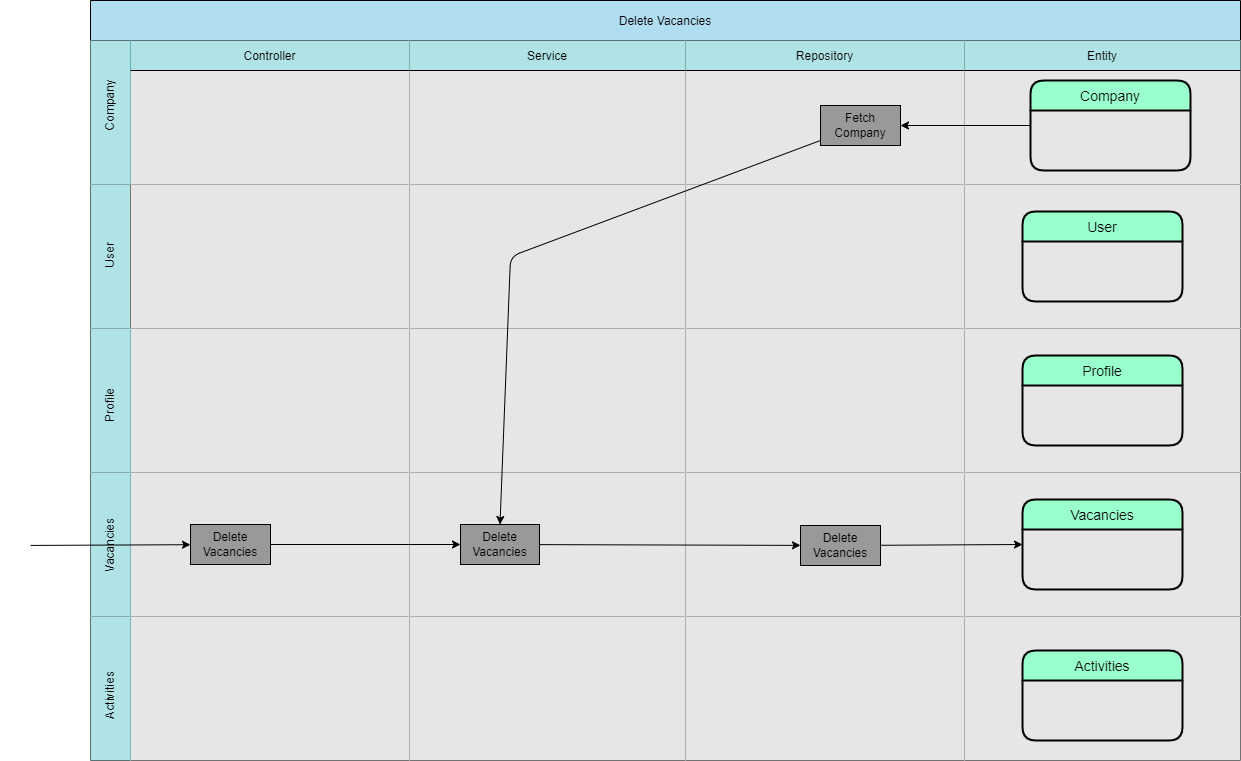
This is documents/asd/VAC-ASD-Delete-Vacancies-AS-v1.png from AaronSaya/educom-symfony-1690191754, a draw.io export, as it was before one commit. Source tidied: cells renumbered, new cells last; positions are measured from the earlier drawing's top-left corner, leaving out a move shared by most shapes.
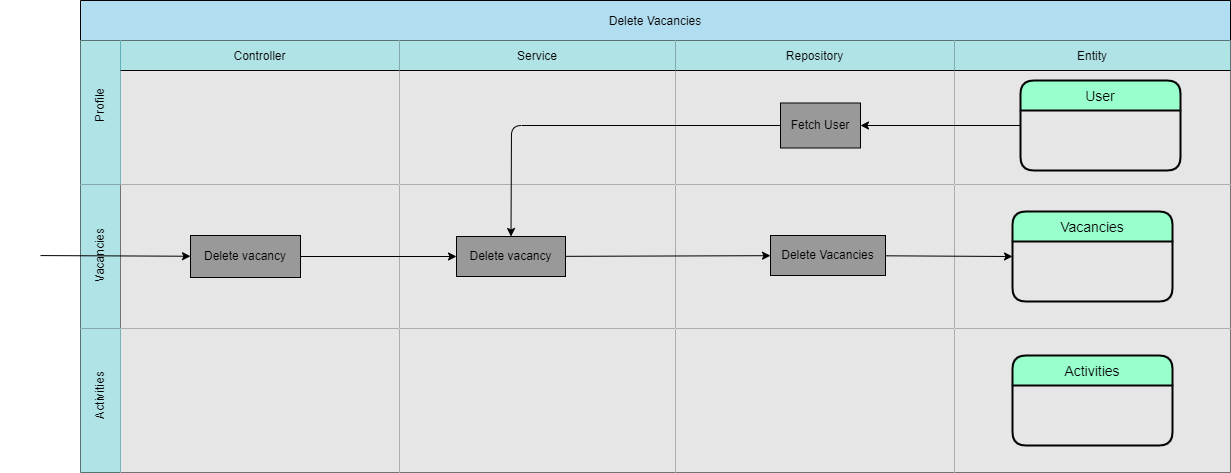
After the change.

What changed in the source:
```diff
@@ -2,8 +2,8 @@
   <root>
     <mxCell id="0" />
     <mxCell id="1" parent="0" />
-    <mxCell id="2" value="Delete Vacancies" style="shape=table;startSize=40;fillColor=#b1ddf0;strokeColor=#000000;fontColor=#000000;" parent="1" vertex="1">
-      <mxGeometry x="90" width="1150" height="760" as="geometry" />
+    <mxCell id="2" value="Delete Vacancies" style="shape=table;startSize=40;fillColor=#b1ddf0;strokeColor=#000000;fontColor=#000000;" parent="1" vertex="1">
+      <mxGeometry x="90" width="1150" height="472" as="geometry" />
     </mxCell>
     <mxCell id="3" style="shape=tableRow;horizontal=0;swimlaneHead=0;swimlaneBody=0;top=0;left=0;bottom=0;right=0;fontStyle=0;fillColor=#b0e3e6;startSize=40;strokeColor=#0e8088;fontColor=#000000;" parent="2" vertex="1">
       <mxGeometry y="40" width="1150" height="144" as="geometry" />
@@ -17,13 +17,13 @@
     <mxCell id="6" value="Repository" style="swimlane;swimlaneHead=0;swimlaneBody=0;fontStyle=0;fillColor=#b0e3e6;startSize=30;strokeColor=#000000;fontColor=#000000;swimlaneFillColor=#E6E6E6;" parent="3" vertex="1">
       <mxGeometry x="595" width="279" height="144" as="geometry" />
     </mxCell>
-    <mxCell id="7" value="Fetch Company" style="whiteSpace=wrap;html=1;fillColor=#999999;fontColor=#000000;" parent="6" vertex="1">
-      <mxGeometry x="135" y="65" width="80" height="40" as="geometry" />
+    <mxCell id="7" value="Fetch User" style="whiteSpace=wrap;html=1;fillColor=#999999;fontColor=#000000;" parent="6" vertex="1">
+      <mxGeometry x="105" y="62.5" width="80" height="45" as="geometry" />
     </mxCell>
     <mxCell id="8" value="Entity" style="swimlane;swimlaneHead=0;swimlaneBody=0;fontStyle=0;fillColor=#b0e3e6;startSize=30;strokeColor=#000000;fontColor=#000000;swimlaneFillColor=#E6E6E6;" parent="3" vertex="1">
       <mxGeometry x="874" width="276" height="144" as="geometry" />
     </mxCell>
-    <mxCell id="9" value="Company" style="swimlane;horizontal=1;startSize=30;rounded=1;fontSize=14;fontStyle=0;strokeWidth=2;shadow=0;dashed=0;align=center;fillColor=#99FFCC;strokeColor=#000000;fontColor=#000000;" parent="8" vertex="1">
+    <mxCell id="9" value="User" style="swimlane;horizontal=1;startSize=30;rounded=1;fontSize=14;fontStyle=0;strokeWidth=2;shadow=0;dashed=0;align=center;fillColor=#99FFCC;strokeColor=#000000;fontColor=#000000;" parent="8" vertex="1">
       <mxGeometry x="66" y="40" width="160" height="90" as="geometry" />
     </mxCell>
     <mxCell id="10" style="edgeStyle=none;html=1;strokeColor=#000000;exitX=0;exitY=0.5;exitDx=0;exitDy=0;" parent="3" edge="1" source="9" target="7">
@@ -35,18 +35,36 @@
     <mxCell id="12" style="swimlane;swimlaneHead=0;swimlaneBody=0;fontStyle=0;fillColor=none;startSize=0;swimlaneFillColor=#E6E6E6;strokeColor=#000000;" parent="11" vertex="1">
       <mxGeometry x="40" width="279" height="144" as="geometry" />
     </mxCell>
+    <mxCell id="25" value="&lt;span style=&quot;&quot;&gt;Delete&amp;nbsp;&lt;/span&gt;vacancy" style="whiteSpace=wrap;html=1;fillColor=#999999;fillStyle=auto;fontColor=#000000;" parent="12" vertex="1">
+      <mxGeometry x="70" y="51" width="110" height="42" as="geometry" />
+    </mxCell>
     <mxCell id="13" style="swimlane;swimlaneHead=0;swimlaneBody=0;fontStyle=0;fillColor=none;startSize=0;swimlaneFillColor=#E6E6E6;strokeColor=#000000;fontColor=#000000;" parent="11" vertex="1">
       <mxGeometry x="319" width="276" height="144" as="geometry" />
     </mxCell>
+    <mxCell id="27" value="&lt;span style=&quot;&quot;&gt;Delete&amp;nbsp;&lt;/span&gt;vacancy" style="whiteSpace=wrap;html=1;fillColor=#999999;fontColor=#000000;" parent="13" vertex="1">
+      <mxGeometry x="57" y="52" width="109" height="40" as="geometry" />
+    </mxCell>
     <mxCell id="14" style="swimlane;swimlaneHead=0;swimlaneBody=0;fontStyle=0;fillColor=none;startSize=0;swimlaneFillColor=#E6E6E6;strokeColor=#000000;" parent="11" vertex="1">
       <mxGeometry x="595" width="279" height="144" as="geometry" />
     </mxCell>
+    <mxCell id="29" value="&lt;span style=&quot;&quot;&gt;Delete&amp;nbsp;&lt;/span&gt;Vacancies" style="whiteSpace=wrap;html=1;fillColor=#999999;fontColor=#000000;align=center;" parent="14" vertex="1">
+      <mxGeometry x="95" y="51" width="115" height="40" as="geometry" />
+    </mxCell>
     <mxCell id="15" style="swimlane;swimlaneHead=0;swimlaneBody=0;fontStyle=0;fillColor=none;startSize=0;swimlaneFillColor=#E6E6E6;strokeColor=#000000;" parent="11" vertex="1">
       <mxGeometry x="874" width="276" height="144" as="geometry" />
     </mxCell>
-    <mxCell id="16" value="User" style="swimlane;horizontal=1;startSize=30;rounded=1;fontSize=14;fontStyle=0;strokeWidth=2;shadow=0;dashed=0;align=center;fillColor=#99FFCC;strokeColor=#000000;fontColor=#000000;" parent="15" vertex="1">
+    <mxCell id="16" value="Vacancies" style="swimlane;horizontal=1;startSize=30;rounded=1;fontSize=14;fontStyle=0;strokeWidth=2;shadow=0;dashed=0;align=center;fillColor=#99FFCC;strokeColor=#000000;fontColor=#000000;" parent="15" vertex="1">
       <mxGeometry x="58" y="27" width="160" height="90" as="geometry" />
     </mxCell>
+    <mxCell id="34" style="edgeStyle=none;html=1;entryX=0;entryY=0.5;entryDx=0;entryDy=0;strokeColor=#000000;" parent="11" edge="1" source="25" target="27">
+      <mxGeometry relative="1" as="geometry" />
+    </mxCell>
+    <mxCell id="33" style="edgeStyle=none;html=1;strokeColor=#000000;" parent="11" edge="1" source="27" target="29">
+      <mxGeometry relative="1" as="geometry" />
+    </mxCell>
+    <mxCell id="49" style="edgeStyle=none;html=1;entryX=0;entryY=0.5;entryDx=0;entryDy=0;strokeColor=#000000;" parent="11" edge="1" source="29" target="16">
+      <mxGeometry relative="1" as="geometry" />
+    </mxCell>
     <mxCell id="17" style="shape=tableRow;horizontal=0;swimlaneHead=0;swimlaneBody=0;top=0;left=0;bottom=0;right=0;fontStyle=0;fillColor=#b0e3e6;startSize=40;strokeColor=#0e8088;" parent="2" vertex="1">
       <mxGeometry y="328" width="1150" height="144" as="geometry" />
     </mxCell>
@@ -62,90 +80,30 @@
     <mxCell id="21" style="swimlane;swimlaneHead=0;swimlaneBody=0;fontStyle=0;fillColor=none;startSize=0;swimlaneFillColor=#E6E6E6;strokeColor=#000000;" parent="17" vertex="1">
       <mxGeometry x="874" width="276" height="144" as="geometry" />
     </mxCell>
-    <mxCell id="22" value="Profile" style="swimlane;horizontal=1;startSize=30;rounded=1;fontSize=14;fontStyle=0;strokeWidth=2;shadow=0;dashed=0;align=center;fillColor=#99FFCC;strokeColor=#000000;fontColor=#000000;" parent="21" vertex="1">
+    <mxCell id="22" value="Activities" style="swimlane;horizontal=1;startSize=30;rounded=1;fontSize=14;fontStyle=0;strokeWidth=2;shadow=0;dashed=0;align=center;fillColor=#99FFCC;strokeColor=#000000;fontColor=#000000;" parent="21" vertex="1">
       <mxGeometry x="58" y="27" width="160" height="90" as="geometry" />
     </mxCell>
-    <mxCell id="23" style="shape=tableRow;horizontal=0;swimlaneHead=0;swimlaneBody=0;top=0;left=0;bottom=0;right=0;fontStyle=0;fillColor=#b0e3e6;startSize=40;strokeColor=#0e8088;" parent="2" vertex="1">
-      <mxGeometry y="472" width="1150" height="144" as="geometry" />
-    </mxCell>
-    <mxCell id="24" style="swimlane;swimlaneHead=0;swimlaneBody=0;fontStyle=0;fillColor=none;startSize=0;swimlaneFillColor=#E6E6E6;strokeColor=#000000;" parent="23" vertex="1">
-      <mxGeometry x="40" width="279" height="144" as="geometry" />
-    </mxCell>
-    <mxCell id="25" value="Delete Vacancies" style="whiteSpace=wrap;html=1;fillColor=#999999;fillStyle=auto;fontColor=#000000;" parent="24" vertex="1">
-      <mxGeometry x="60" y="52" width="80" height="40" as="geometry" />
-    </mxCell>
-    <mxCell id="26" style="swimlane;swimlaneHead=0;swimlaneBody=0;fontStyle=0;fillColor=none;startSize=0;swimlaneFillColor=#E6E6E6;strokeColor=#000000;" parent="23" vertex="1">
-      <mxGeometry x="319" width="276" height="144" as="geometry" />
-    </mxCell>
-    <mxCell id="27" value="Delete Vacancies" style="whiteSpace=wrap;html=1;fillColor=#999999;fontColor=#000000;" parent="26" vertex="1">
-      <mxGeometry x="51" y="52" width="79" height="40" as="geometry" />
-    </mxCell>
-    <mxCell id="28" style="swimlane;swimlaneHead=0;swimlaneBody=0;fontStyle=0;fillColor=none;startSize=0;swimlaneFillColor=#E6E6E6;strokeColor=#000000;" parent="23" vertex="1">
-      <mxGeometry x="595" width="279" height="144" as="geometry" />
-    </mxCell>
-    <mxCell id="29" value="Delete Vacancies" style="whiteSpace=wrap;html=1;fillColor=#999999;fontColor=#000000;" parent="28" vertex="1">
-      <mxGeometry x="115" y="53" width="80" height="40" as="geometry" />
-    </mxCell>
-    <mxCell id="30" style="swimlane;swimlaneHead=0;swimlaneBody=0;fontStyle=0;fillColor=none;startSize=0;swimlaneFillColor=#E6E6E6;" parent="23" vertex="1">
-      <mxGeometry x="874" width="276" height="144" as="geometry" />
-    </mxCell>
-    <mxCell id="31" value="Vacancies" style="swimlane;horizontal=1;startSize=30;rounded=1;fontSize=14;fontStyle=0;strokeWidth=2;shadow=0;dashed=0;align=center;fillColor=#99FFCC;strokeColor=#000000;fontColor=#000000;" parent="30" vertex="1">
-      <mxGeometry x="58" y="27" width="160" height="90" as="geometry" />
-    </mxCell>
-    <mxCell id="32" style="edgeStyle=none;html=1;entryX=0;entryY=0.5;entryDx=0;entryDy=0;strokeColor=#000000;" parent="23" edge="1" source="29" target="31">
-      <mxGeometry relative="1" as="geometry" />
-    </mxCell>
-    <mxCell id="33" style="edgeStyle=none;html=1;strokeColor=#000000;" parent="23" edge="1" source="27" target="29">
-      <mxGeometry relative="1" as="geometry" />
-    </mxCell>
-    <mxCell id="34" style="edgeStyle=none;html=1;entryX=0;entryY=0.5;entryDx=0;entryDy=0;strokeColor=#000000;" parent="23" edge="1" source="25" target="27">
-      <mxGeometry relative="1" as="geometry" />
-    </mxCell>
-    <mxCell id="35" style="shape=tableRow;horizontal=0;swimlaneHead=0;swimlaneBody=0;top=0;left=0;bottom=0;right=0;fontStyle=0;fillColor=#b0e3e6;startSize=40;strokeColor=#0e8088;" parent="2" vertex="1">
-      <mxGeometry y="616" width="1150" height="144" as="geometry" />
-    </mxCell>
-    <mxCell id="36" style="swimlane;swimlaneHead=0;swimlaneBody=0;fontStyle=0;fillColor=none;startSize=0;swimlaneFillColor=#E6E6E6;strokeColor=#000000;" parent="35" vertex="1">
-      <mxGeometry x="40" width="279" height="144" as="geometry" />
-    </mxCell>
-    <mxCell id="37" style="swimlane;swimlaneHead=0;swimlaneBody=0;fontStyle=0;fillColor=none;startSize=0;swimlaneFillColor=#E6E6E6;strokeColor=#000000;" parent="35" vertex="1">
-      <mxGeometry x="319" width="276" height="144" as="geometry" />
-    </mxCell>
-    <mxCell id="38" style="swimlane;swimlaneHead=0;swimlaneBody=0;fontStyle=0;fillColor=none;startSize=0;swimlaneFillColor=#E6E6E6;strokeColor=#000000;" parent="35" vertex="1">
-      <mxGeometry x="595" width="279" height="144" as="geometry" />
-    </mxCell>
-    <mxCell id="39" style="swimlane;swimlaneHead=0;swimlaneBody=0;fontStyle=0;fillColor=none;startSize=0;swimlaneFillColor=#E6E6E6;strokeColor=#000000;" parent="35" vertex="1">
-      <mxGeometry x="874" width="276" height="144" as="geometry" />
-    </mxCell>
-    <mxCell id="40" value="Activities" style="swimlane;horizontal=1;startSize=30;rounded=1;fontSize=14;fontStyle=0;strokeWidth=2;shadow=0;dashed=0;align=center;fillColor=#99FFCC;strokeColor=#000000;fontColor=#000000;" parent="39" vertex="1">
-      <mxGeometry x="58" y="34" width="160" height="90" as="geometry" />
-    </mxCell>
-    <mxCell id="41" style="edgeStyle=none;html=1;entryX=0.5;entryY=0;entryDx=0;entryDy=0;strokeColor=#000000;" parent="2" edge="1" source="7" target="27">
+    <mxCell id="41" style="edgeStyle=none;html=1;entryX=0.5;entryY=0;entryDx=0;entryDy=0;exitX=0;exitY=0.5;exitDx=0;exitDy=0;strokeColor=#000000;" parent="2" edge="1" source="7" target="27">
       <mxGeometry relative="1" as="geometry">
         <Array as="points">
-          <mxPoint x="420" y="256" />
+          <mxPoint x="431" y="125" />
         </Array>
       </mxGeometry>
     </mxCell>
-    <mxCell id="42" value="&lt;font color=&quot;#000000&quot;&gt;Company&lt;/font&gt;" style="text;strokeColor=none;align=center;fillColor=none;html=1;verticalAlign=middle;whiteSpace=wrap;rounded=0;rotation=-90;" parent="1" vertex="1">
-      <mxGeometry x="80" y="90" width="60" height="30" as="geometry" />
-    </mxCell>
-    <mxCell id="43" value="&lt;font color=&quot;#000000&quot;&gt;User&lt;/font&gt;" style="text;strokeColor=none;align=center;fillColor=none;html=1;verticalAlign=middle;whiteSpace=wrap;rounded=0;rotation=-90;" parent="1" vertex="1">
-      <mxGeometry x="80" y="240" width="60" height="30" as="geometry" />
-    </mxCell>
     <mxCell id="44" value="&lt;font color=&quot;#000000&quot;&gt;Profile&lt;/font&gt;" style="text;strokeColor=none;align=center;fillColor=none;html=1;verticalAlign=middle;whiteSpace=wrap;rounded=0;rotation=-90;" parent="1" vertex="1">
-      <mxGeometry x="80" y="390" width="60" height="30" as="geometry" />
+      <mxGeometry x="80" y="90" width="60" height="30" as="geometry" />
     </mxCell>
     <mxCell id="45" value="&lt;font color=&quot;#000000&quot;&gt;Vacancies&lt;/font&gt;" style="text;strokeColor=none;align=center;fillColor=none;html=1;verticalAlign=middle;whiteSpace=wrap;rounded=0;rotation=-90;" parent="1" vertex="1">
-      <mxGeometry x="80" y="530" width="60" height="30" as="geometry" />
+      <mxGeometry x="80" y="240" width="60" height="30" as="geometry" />
     </mxCell>
     <mxCell id="46" value="&lt;font color=&quot;#000000&quot;&gt;Activities&lt;/font&gt;" style="text;strokeColor=none;align=center;fillColor=none;html=1;verticalAlign=middle;whiteSpace=wrap;rounded=0;rotation=-90;" parent="1" vertex="1">
-      <mxGeometry x="80" y="680" width="60" height="30" as="geometry" />
+      <mxGeometry x="80" y="380" width="60" height="30" as="geometry" />
     </mxCell>
     <mxCell id="47" style="edgeStyle=none;html=1;strokeColor=#000000;" parent="1" edge="1" source="48" target="25">
       <mxGeometry relative="1" as="geometry" />
     </mxCell>
-    <mxCell id="48" value="&lt;font color=&quot;#ffffff&quot;&gt;Actor&lt;/font&gt;" style="shape=umlActor;verticalLabelPosition=bottom;verticalAlign=top;html=1;outlineConnect=0;strokeColor=#FFFFFF;fillColor=none;" parent="1" vertex="1">
-      <mxGeometry y="515" width="30" height="60" as="geometry" />
+    <mxCell id="48" value="&lt;font color=&quot;#ffffff&quot;&gt;Employer&lt;/font&gt;" style="shape=umlActor;verticalLabelPosition=bottom;verticalAlign=top;html=1;outlineConnect=0;strokeColor=#FFFFFF;fillColor=none;" parent="1" vertex="1">
+      <mxGeometry x="20" y="225" width="30" height="60" as="geometry" />
     </mxCell>
   </root>
 </mxGraphModel>
```
